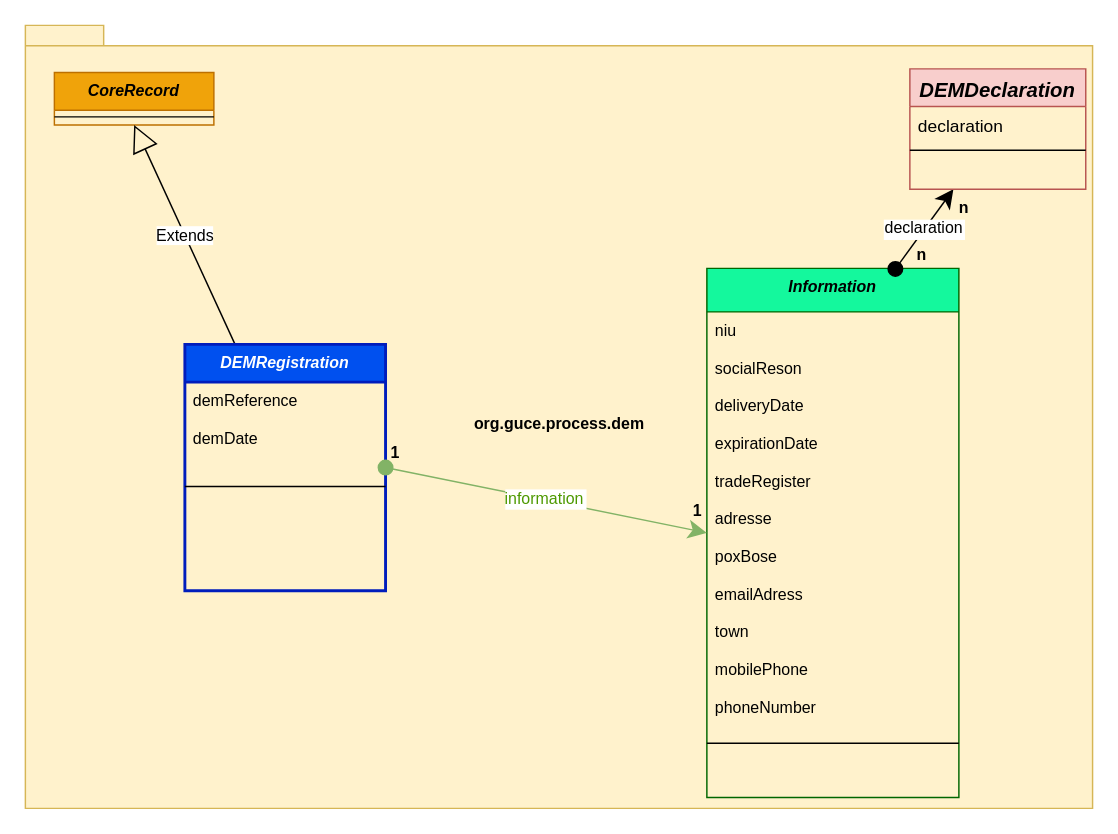
kemmagne/Webguce-minepia keeps this draw.io diagram as src/main/resources/dem.drawio. Above is the earlier version. Source tidied: cells renumbered, new cells numbered last; positions are measured from the earlier drawing's top-left corner, leaving out a move shared by most shapes. Both pictures are drawn from the tidied source at 145%, with x=0, y=0 at pixel (25, 25).
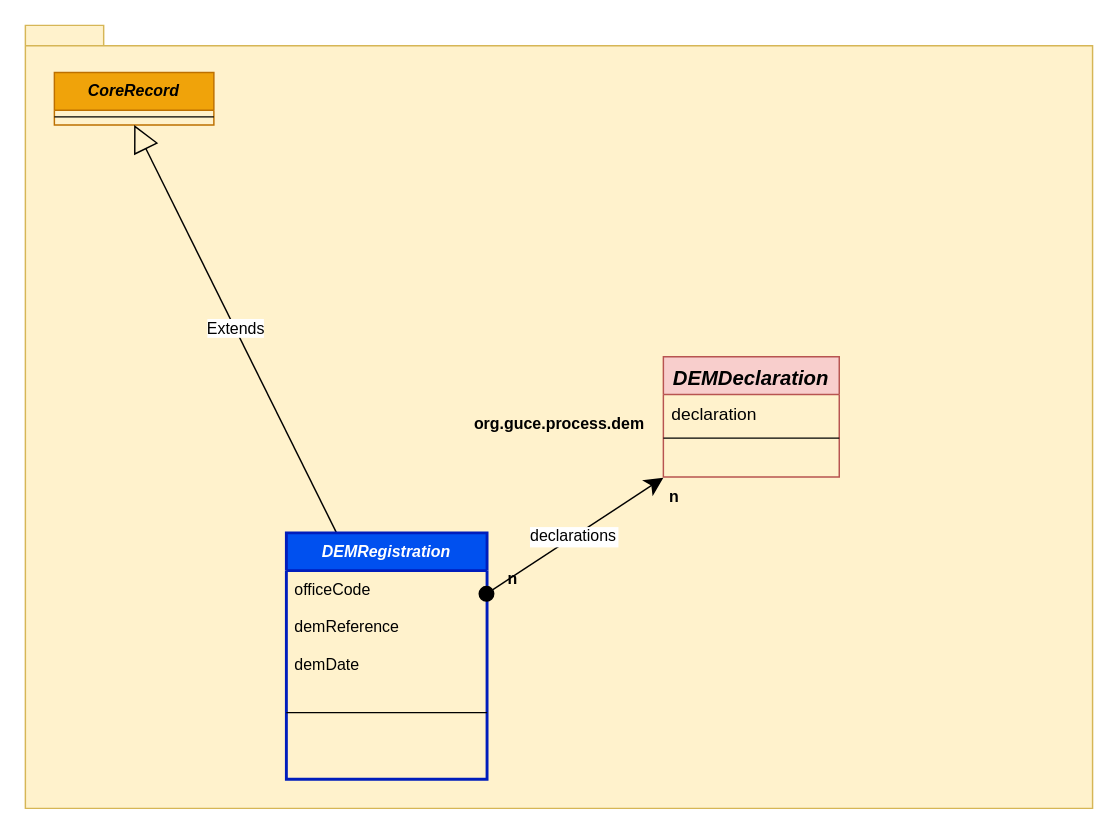
The same diagram, later.

Unchanged cells that the change refers to:
```xml
<mxCell id="2" value="org.guce.process.dem" style="shape=folder;fontStyle=1;spacingTop=10;tabWidth=40;tabHeight=14;tabPosition=left;html=1;fillColor=#fff2cc;labelPosition=center;verticalLabelPosition=middle;align=center;verticalAlign=middle;spacingLeft=0;fontSize=11;strokeColor=#d6b656;" parent="1" vertex="1">
  <mxGeometry width="736" height="540" as="geometry" />
</mxCell>
```

The edit, as a diff of the source:
```diff
@@
     <mxCell id="6" value="DEMRegistration" style="swimlane;fontStyle=3;align=center;verticalAlign=top;horizontal=1;startSize=26;rounded=0;shadow=0;strokeWidth=2;fillColor=#0050ef;strokeColor=#001DBC;snapToPoint=1;fixDash=1;fontSize=11;perimeterSpacing=0;swimlaneLine=1;sketch=0;fontColor=#ffffff;" parent="2" vertex="1">
-      <mxGeometry x="110" y="220" width="138.4" height="169.9" as="geometry" />
+      <mxGeometry x="180" y="350" width="138.4" height="169.9" as="geometry" />
     </mxCell>
+    <mxCell id="32" value="officeCode" style="text;strokeColor=none;fillColor=none;align=left;verticalAlign=top;spacingLeft=4;spacingRight=4;overflow=hidden;shadow=0;sketch=0;fontSize=11;" parent="6" vertex="1">
+      <mxGeometry y="26" width="138.4" height="26" as="geometry" />
+    </mxCell>
     <mxCell id="7" value="demReference" style="text;strokeColor=none;fillColor=none;align=left;verticalAlign=top;spacingLeft=4;spacingRight=4;overflow=hidden;shadow=0;sketch=0;fontSize=11;" parent="6" vertex="1">
-      <mxGeometry y="26" width="138.4" height="26" as="geometry" />
+      <mxGeometry y="52" width="138.4" height="26" as="geometry" />
     </mxCell>
     <mxCell id="8" value="demDate" style="text;strokeColor=none;fillColor=none;align=left;verticalAlign=top;spacingLeft=4;spacingRight=4;overflow=hidden;shadow=0;sketch=0;fontSize=11;" parent="6" vertex="1">
-      <mxGeometry y="52" width="138.4" height="26" as="geometry" />
+      <mxGeometry y="78" width="138.4" height="26" as="geometry" />
     </mxCell>
     <mxCell id="9" style="line;strokeWidth=1;fillColor=none;align=left;verticalAlign=middle;spacingTop=-1;spacingLeft=3;spacingRight=3;labelPosition=right;fontSize=11;" parent="6" vertex="1">
-      <mxGeometry y="78" width="138.4" height="39.9" as="geometry" />
+      <mxGeometry y="104" width="138.4" height="39.9" as="geometry" />
     </mxCell>
-    <mxCell id="10" value="Information" style="swimlane;fontStyle=3;align=center;verticalAlign=top;horizontal=1;startSize=30;rounded=0;shadow=0;strokeWidth=1;snapToPoint=1;fixDash=1;fillColor=#14F89D;strokeColor=#006600;fontSize=11;" parent="2" vertex="1">
-      <mxGeometry x="470" y="167.6" width="173.8" height="364.9" as="geometry" />
-    </mxCell>
-    <mxCell id="11" value="niu" style="text;strokeColor=none;fillColor=none;align=left;verticalAlign=top;spacingLeft=4;spacingRight=4;overflow=hidden;fontSize=11;" parent="10" vertex="1">
-      <mxGeometry y="30" width="173.8" height="26" as="geometry" />
-    </mxCell>
-    <mxCell id="12" value="socialReson" style="text;strokeColor=none;fillColor=none;align=left;verticalAlign=top;spacingLeft=4;spacingRight=4;overflow=hidden;fontSize=11;" parent="10" vertex="1">
-      <mxGeometry y="56" width="173.8" height="26" as="geometry" />
-    </mxCell>
-    <mxCell id="13" value="deliveryDate" style="text;strokeColor=none;fillColor=none;align=left;verticalAlign=top;spacingLeft=4;spacingRight=4;overflow=hidden;shadow=0;sketch=0;fontSize=11;" parent="10" vertex="1">
-      <mxGeometry y="82" width="173.8" height="26" as="geometry" />
-    </mxCell>
-    <mxCell id="14" value="expirationDate" style="text;strokeColor=none;fillColor=none;align=left;verticalAlign=top;spacingLeft=4;spacingRight=4;overflow=hidden;shadow=0;sketch=0;fontSize=11;" parent="10" vertex="1">
-      <mxGeometry y="108" width="173.8" height="26" as="geometry" />
-    </mxCell>
-    <mxCell id="15" value="tradeRegister" style="text;strokeColor=none;fillColor=none;align=left;verticalAlign=top;spacingLeft=4;spacingRight=4;overflow=hidden;shadow=0;sketch=0;fontSize=11;" parent="10" vertex="1">
-      <mxGeometry y="134" width="173.8" height="26" as="geometry" />
-    </mxCell>
-    <mxCell id="16" value="adresse" style="text;strokeColor=none;fillColor=none;align=left;verticalAlign=top;spacingLeft=4;spacingRight=4;overflow=hidden;shadow=0;sketch=0;fontSize=11;" parent="10" vertex="1">
-      <mxGeometry y="160" width="173.8" height="26" as="geometry" />
-    </mxCell>
-    <mxCell id="17" value="poxBose" style="text;strokeColor=none;fillColor=none;align=left;verticalAlign=top;spacingLeft=4;spacingRight=4;overflow=hidden;shadow=0;sketch=0;fontSize=11;" parent="10" vertex="1">
-      <mxGeometry y="186" width="173.8" height="26" as="geometry" />
-    </mxCell>
-    <mxCell id="18" value="emailAdress" style="text;strokeColor=none;fillColor=none;align=left;verticalAlign=top;spacingLeft=4;spacingRight=4;overflow=hidden;shadow=0;sketch=0;fontSize=11;" parent="10" vertex="1">
-      <mxGeometry y="212" width="173.8" height="26" as="geometry" />
-    </mxCell>
-    <mxCell id="19" value="town" style="text;strokeColor=none;fillColor=none;align=left;verticalAlign=top;spacingLeft=4;spacingRight=4;overflow=hidden;shadow=0;sketch=0;fontSize=11;" parent="10" vertex="1">
-      <mxGeometry y="238" width="173.8" height="26" as="geometry" />
-    </mxCell>
-    <mxCell id="20" value="mobilePhone" style="text;strokeColor=none;fillColor=none;align=left;verticalAlign=top;spacingLeft=4;spacingRight=4;overflow=hidden;shadow=0;sketch=0;fontSize=11;" parent="10" vertex="1">
-      <mxGeometry y="264" width="173.8" height="26" as="geometry" />
-    </mxCell>
-    <mxCell id="21" value="phoneNumber" style="text;strokeColor=none;fillColor=none;align=left;verticalAlign=top;spacingLeft=4;spacingRight=4;overflow=hidden;shadow=0;sketch=0;fontSize=11;" parent="10" vertex="1">
-      <mxGeometry y="290" width="173.8" height="26" as="geometry" />
-    </mxCell>
-    <mxCell id="22" style="line;strokeWidth=1;fillColor=none;align=left;verticalAlign=middle;spacingTop=-1;spacingLeft=3;spacingRight=3;labelPosition=right;fontSize=11;" parent="10" vertex="1">
-      <mxGeometry y="316" width="173.8" height="22.9" as="geometry" />
-    </mxCell>
-    <mxCell id="23" value="information" style="endArrow=classic;shadow=0;strokeWidth=1;rounded=0;endFill=1;elbow=vertical;endSize=10;startSize=10;sourcePerimeterSpacing=0;startArrow=oval;startFill=1;align=center;snapToPoint=1;targetPerimeterSpacing=0;fontSize=11;spacingRight=0;spacingBottom=2;spacing=0;fixDash=1;fontColor=#4D9900;fillColor=#d5e8d4;strokeColor=#82B366;exitX=1;exitY=0.5;exitDx=0;exitDy=0;" parent="2" edge="1" source="6" target="10">
-      <mxGeometry x="-0.01" relative="1" as="geometry" />
-    </mxCell>
-    <mxCell id="24" value="1" style="align=left;verticalAlign=bottom;labelBackgroundColor=none;fontSize=11;fontStyle=1;spacing=4;" parent="23" vertex="1">
-      <mxGeometry x="-1" relative="1" as="geometry" />
-    </mxCell>
-    <mxCell id="25" value="1" style="align=right;verticalAlign=bottom;labelBackgroundColor=none;fontSize=11;fontStyle=1;spacing=4;" parent="23" vertex="1">
-      <mxGeometry x="1" relative="1" as="geometry">
-        <mxPoint y="-5" as="offset" />
-      </mxGeometry>
-    </mxCell>
-    <mxCell id="26" value="declaration" style="endArrow=classic;shadow=0;strokeWidth=1;rounded=0;endFill=1;elbow=vertical;endSize=10;startSize=10;sourcePerimeterSpacing=0;startArrow=oval;startFill=1;align=center;snapToPoint=1;targetPerimeterSpacing=0;fontSize=11;spacingRight=0;spacingBottom=2;spacing=0;fixDash=1;" parent="2" edge="1" source="10" target="29">
+    <mxCell id="26" value="declarations" style="endArrow=classic;shadow=0;strokeWidth=1;rounded=0;endFill=1;elbow=vertical;endSize=10;startSize=10;sourcePerimeterSpacing=0;startArrow=oval;startFill=1;align=center;snapToPoint=1;targetPerimeterSpacing=0;fontSize=11;spacingRight=0;spacingBottom=2;spacing=0;fixDash=1;" parent="2" edge="1" source="6" target="29">
       <mxGeometry x="-0.01" relative="1" as="geometry" />
     </mxCell>
@@
     <mxCell id="29" value="DEMDeclaration" style="swimlane;fontStyle=3;align=center;verticalAlign=top;horizontal=1;startSize=26;rounded=0;shadow=0;strokeWidth=1;fillColor=#f8cecc;strokeColor=#b85450;snapToPoint=1;fixDash=1;fontSize=14;" parent="2" vertex="1">
-      <mxGeometry x="610" y="30" width="121.3" height="83" as="geometry" />
+      <mxGeometry x="440" y="228.5" width="121.3" height="83" as="geometry" />
     </mxCell>
```
